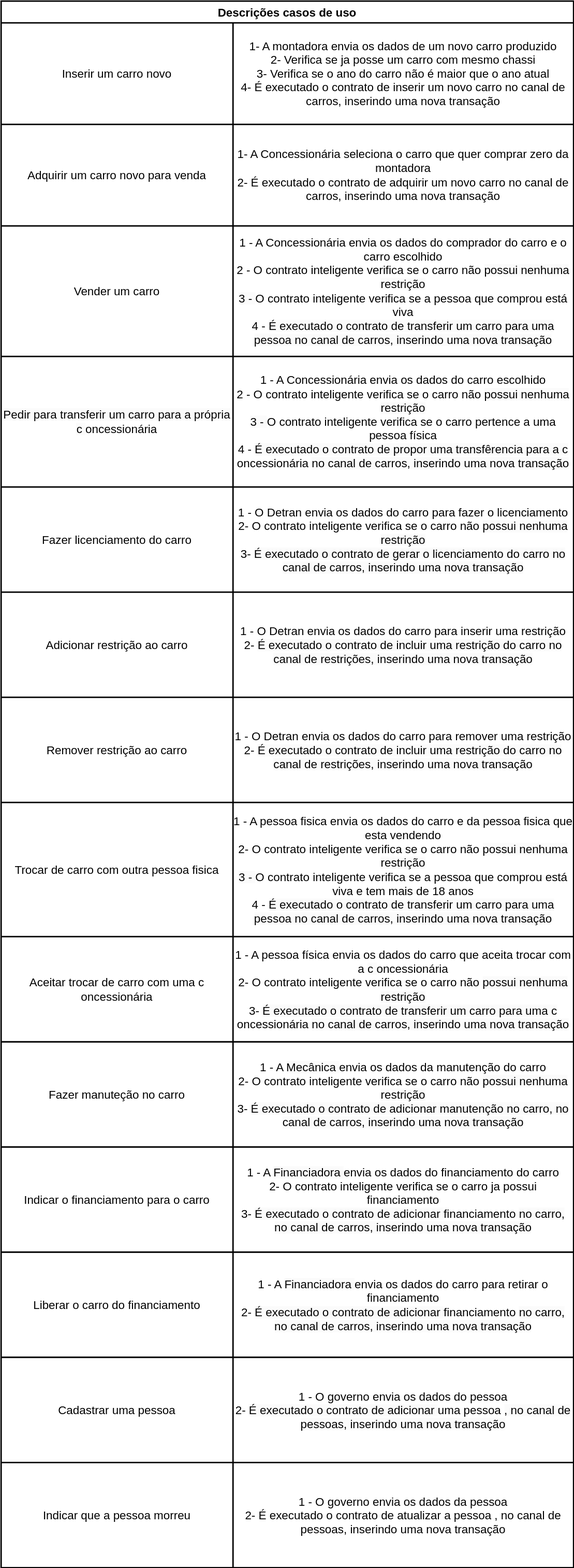
This is docs/diagrams/uml/use_cases_descriptions.drawio.svg from yurihartmann/car_lifes_cycle_hyperledger_fabric, a draw.io export, as it was before one commit. Source tidied: cells renumbered, new cells last; positions are measured from the earlier drawing's top-left corner, leaving out a move shared by most shapes.
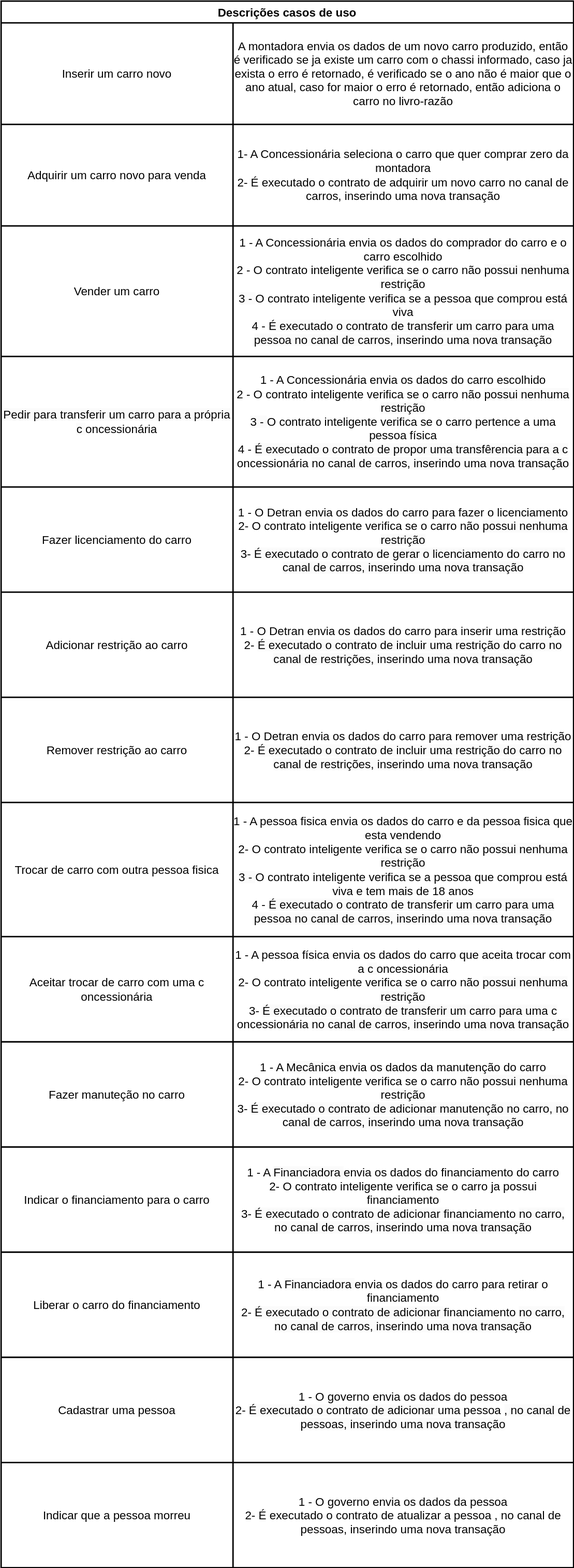
After the change.

Diff of the diagram source:
```diff
@@ -11,7 +11,7 @@
     <mxCell id="4" value="&lt;font style=&quot;font-size: 16px;&quot;&gt;Inserir um carro novo&lt;/font&gt;" style="shape=partialRectangle;html=1;whiteSpace=wrap;fillColor=none;top=0;left=0;bottom=0;right=0;overflow=hidden;fontSize=16;gradientColor=none;" parent="3" vertex="1">
       <mxGeometry width="320" height="140" as="geometry" />
     </mxCell>
-    <mxCell id="5" value="&lt;font style=&quot;font-size: 16px;&quot;&gt;1- A montadora envia os dados de um novo carro produzido&lt;br&gt;2- Verifica se ja posse um carro com mesmo chassi&lt;br&gt;3- Verifica se o ano do carro não é maior que o ano atual&lt;br style=&quot;border-color: var(--border-color); font-size: 16px;&quot;&gt;4- É executado o contrato de inserir um novo carro no canal de carros, inserindo uma nova transação&lt;/font&gt;" style="shape=partialRectangle;html=1;whiteSpace=wrap;fillColor=none;top=0;left=0;bottom=0;right=0;overflow=hidden;fontSize=16;fillStyle=solid;" parent="3" vertex="1">
+    <mxCell id="5" value="&lt;p style=&quot;line-height: 120%;&quot;&gt;&lt;font style=&quot;font-size: 16px;&quot;&gt;A montadora envia os dados de um novo carro produzido, então é verificado se ja existe um carro com o chassi informado, caso ja exista o erro é retornado, é verificado se o ano não é maior que o ano atual, caso for maior o erro é retornado, então adiciona o carro no livro-razão&lt;br&gt;&lt;/font&gt;&lt;/p&gt;" style="shape=partialRectangle;html=1;whiteSpace=wrap;fillColor=none;top=0;left=0;bottom=0;right=0;overflow=hidden;fontSize=16;fillStyle=solid;" parent="3" vertex="1">
       <mxGeometry x="320" width="470" height="140" as="geometry" />
     </mxCell>
     <mxCell id="6" style="shape=tableRow;horizontal=0;startSize=0;swimlaneHead=0;swimlaneBody=0;top=0;left=0;bottom=0;right=0;fillColor=none;fontSize=16;" parent="2" vertex="1">
```
